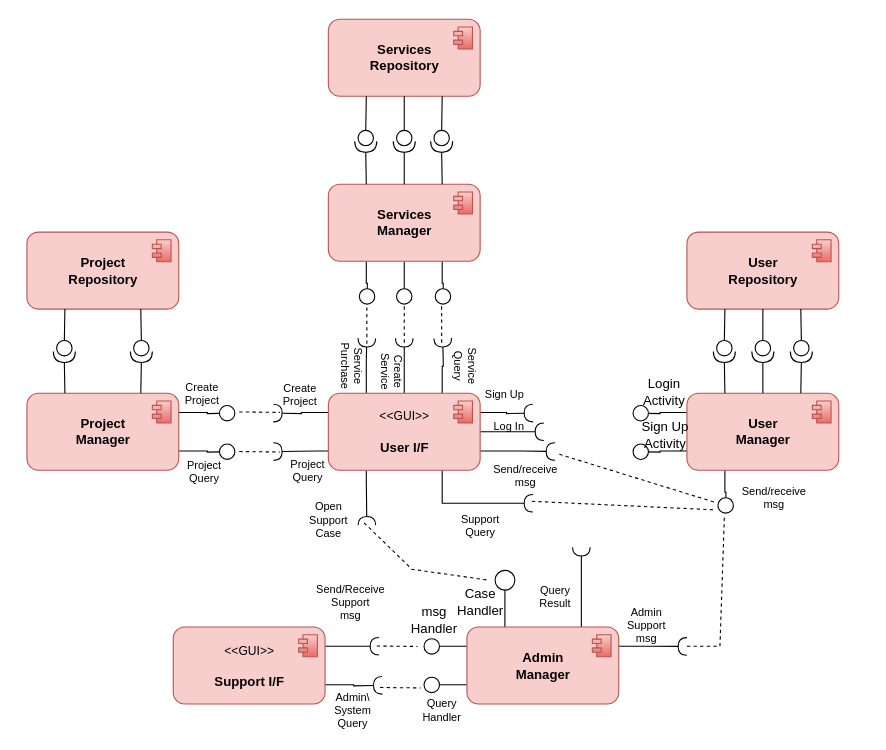
Earlier version of the draw.io diagram page "Component Diagram" (3 of 3) of SAD Diagrams.drawio (Itaybarbar/myProject). Source tidied: cells renumbered, new cells numbered last; positions are measured from the earlier drawing's top-left corner, leaving out a move shared by most shapes. Both pictures are drawn from the tidied source at 110%, with x=0, y=0 at pixel (26, 19).
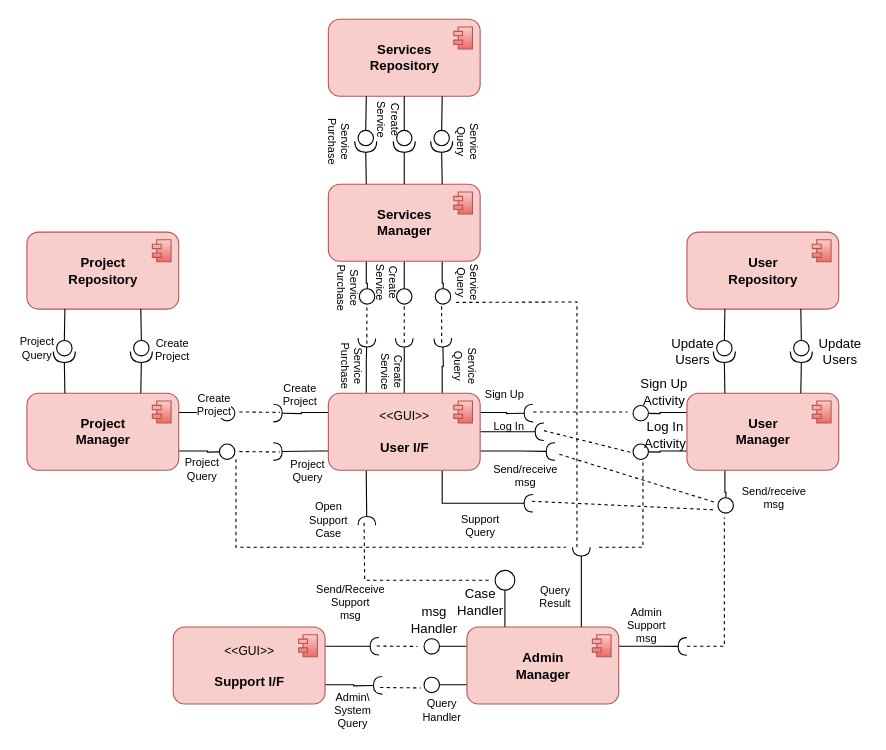
The same page after the edit.

The change refers to these unchanged cells:
```xml
<mxCell id="4" style="edgeStyle=orthogonalEdgeStyle;rounded=0;jettySize=auto;html=1;exitX=0;exitY=0.75;exitDx=0;exitDy=0;endArrow=halfCircle;endFill=0;arcSize=20;strokeWidth=1;targetPerimeterSpacing=12;sourcePerimeterSpacing=0;" parent="1" edge="1" source="15">
  <mxGeometry relative="1" as="geometry">
    <mxPoint x="224" y="393" as="targetPoint" />
    <Array as="points">
      <mxPoint x="264" y="393" />
      <mxPoint x="264" y="393" />
    </Array>
  </mxGeometry>
</mxCell>
<mxCell id="17" value="Log In" style="text;html=1;align=center;verticalAlign=middle;points=[];strokeColor=none;fillColor=none;fontSize=10;" parent="1" vertex="1">
  <mxGeometry x="418" y="360" width="40" height="20" as="geometry" />
</mxCell>
<mxCell id="30" value="&lt;blockquote style=&quot;margin: 0 0 0 40px ; border: none ; padding: 0px&quot;&gt;&lt;/blockquote&gt;&lt;font style=&quot;font-size: 12px&quot;&gt;User&lt;/font&gt;&lt;br&gt;Manager&lt;br&gt; " style="html=1;fillColor=#f8cecc;strokeColor=#b85450;align=center;fontStyle=1;perimeterSpacing=0;rounded=1;" parent="1" vertex="1">
  <mxGeometry x="600" y="340" width="138" height="70" as="geometry" />
</mxCell>
<mxCell id="32" value="&lt;blockquote style=&quot;margin: 0 0 0 40px ; border: none ; padding: 0px&quot;&gt;&lt;/blockquote&gt;&lt;font style=&quot;font-size: 12px&quot;&gt;User&lt;/font&gt;&lt;br&gt;Repository&lt;br&gt; " style="html=1;fillColor=#f8cecc;strokeColor=#b85450;align=center;fontStyle=1;perimeterSpacing=0;rounded=1;" parent="1" vertex="1">
  <mxGeometry x="600" y="193.5" width="138" height="70" as="geometry" />
</mxCell>
```

Change to the diagram source:
```diff
@@
     <mxCell id="5" value="Create&lt;br style=&quot;font-size: 10px;&quot;&gt;Project" style="edgeLabel;html=1;align=center;verticalAlign=middle;fontSize=10;" parent="4" vertex="1">
       <mxGeometry x="0.28" y="-1" relative="1" as="geometry">
-        <mxPoint x="-83" y="-52" as="offset" />
+        <mxPoint x="-110" y="-92" as="offset" />
       </mxGeometry>
     </mxCell>
@@
-    <mxCell id="62" style="edgeStyle=orthogonalEdgeStyle;rounded=0;jettySize=auto;html=1;exitX=0;exitY=0.5;exitDx=0;exitDy=0;exitPerimeter=0;entryX=0.5;entryY=1;entryDx=0;entryDy=0;endArrow=none;endFill=0;endSize=8;" parent="1" edge="1" source="64" target="32">
-      <mxGeometry relative="1" as="geometry" />
-    </mxCell>
-    <mxCell id="63" style="edgeStyle=orthogonalEdgeStyle;rounded=0;jettySize=auto;html=1;exitX=1;exitY=0.5;exitDx=0;exitDy=0;exitPerimeter=0;entryX=0.5;entryY=0;entryDx=0;entryDy=0;endArrow=none;endFill=0;endSize=8;" parent="1" edge="1" source="64" target="30">
-      <mxGeometry relative="1" as="geometry" />
-    </mxCell>
-    <mxCell id="64" style="shape=providedRequiredInterface;html=1;verticalLabelPosition=bottom;sketch=0;direction=south;" parent="1" vertex="1">
-      <mxGeometry x="659" y="292" width="20" height="20" as="geometry" />
-    </mxCell>
@@
     <mxCell id="86" value="Project &lt;br style=&quot;font-size: 10px;&quot;&gt;Query" style="edgeLabel;html=1;align=center;verticalAlign=middle;fontSize=10;labelBackgroundColor=none;" parent="1" vertex="1">
-      <mxGeometry x="160" y="410" as="geometry" />
+      <mxGeometry x="160" y="410" as="geometry">
+        <mxPoint x="-2" y="-2" as="offset" />
+      </mxGeometry>
     </mxCell>
@@
     <mxCell id="93" style="endArrow=none;dashed=1;html=1;rounded=0;endSize=8;" parent="1" edge="1">
       <mxGeometry relative="1" as="geometry">
         <mxPoint x="600" y="570" as="sourcePoint" />
         <mxPoint x="634" y="453" as="targetPoint" />
         <Array as="points">
-          <mxPoint x="630" y="570" />
+          <mxPoint x="634" y="570" />
         </Array>
       </mxGeometry>
     </mxCell>
@@
     <mxCell id="96" style="endArrow=none;dashed=1;html=1;rounded=0;endSize=8;exitX=0.943;exitY=-0.15;exitDx=0;exitDy=0;exitPerimeter=0;" parent="1" edge="1">
       <mxGeometry relative="1" as="geometry">
         <mxPoint x="306.5" y="457.8" as="sourcePoint" />
         <mxPoint x="420" y="510" as="targetPoint" />
         <Array as="points">
-          <mxPoint x="350" y="500" />
+          <mxPoint x="307" y="510" />
         </Array>
       </mxGeometry>
     </mxCell>
@@
-    <mxCell id="100" value="Login&lt;br&gt;Activity" style="text;html=1;align=center;verticalAlign=middle;strokeColor=none;fillColor=none;" parent="1" vertex="1">
-      <mxGeometry x="554" y="324" width="50" height="30" as="geometry" />
+    <mxCell id="100" value="Sign Up&lt;br&gt;Activity" style="text;html=1;align=center;verticalAlign=middle;strokeColor=none;fillColor=none;" parent="1" vertex="1">
+      <mxGeometry x="549" y="324" width="60" height="30" as="geometry" />
     </mxCell>
-    <mxCell id="101" value="Sign Up&lt;br&gt;Activity" style="text;html=1;align=center;verticalAlign=middle;strokeColor=none;fillColor=none;" parent="1" vertex="1">
-      <mxGeometry x="550" y="363" width="60" height="30" as="geometry" />
+    <mxCell id="101" value="Log In&lt;br&gt;Activity" style="text;html=1;align=center;verticalAlign=middle;strokeColor=none;fillColor=none;" parent="1" vertex="1">
+      <mxGeometry x="555" y="363" width="50" height="30" as="geometry" />
     </mxCell>
+    <mxCell id="102" value="Service&lt;br style=&quot;font-size: 10px;&quot;&gt;Query" style="text;html=1;align=center;verticalAlign=middle;points=[];strokeColor=none;fillColor=none;fontSize=10;rotation=90;" parent="1" vertex="1">
+      <mxGeometry x="376" y="224" width="50" height="30" as="geometry" />
+    </mxCell>
+    <mxCell id="103" value="Create&lt;br&gt;Service" style="text;html=1;align=center;verticalAlign=middle;strokeColor=none;fillColor=none;fontSize=10;rotation=90;" parent="1" vertex="1">
+      <mxGeometry x="303" y="224" width="50" height="30" as="geometry" />
+    </mxCell>
+    <mxCell id="104" value="Service&lt;br style=&quot;font-size: 10px;&quot;&gt;Purchase" style="text;html=1;align=center;verticalAlign=middle;strokeColor=none;fillColor=none;fontSize=10;rotation=90;" parent="1" vertex="1">
+      <mxGeometry x="262" y="229" width="60" height="30" as="geometry" />
+    </mxCell>
+    <mxCell id="105" value="Service&lt;br style=&quot;font-size: 10px;&quot;&gt;Query" style="text;html=1;align=center;verticalAlign=middle;strokeColor=none;fillColor=none;fontSize=10;rotation=90;" parent="1" vertex="1">
+      <mxGeometry x="376" y="96" width="50" height="30" as="geometry" />
+    </mxCell>
+    <mxCell id="106" value="Create&lt;br&gt;Service" style="text;html=1;align=center;verticalAlign=middle;strokeColor=none;fillColor=none;fontSize=10;rotation=90;" parent="1" vertex="1">
+      <mxGeometry x="304" y="76" width="50" height="30" as="geometry" />
+    </mxCell>
+    <mxCell id="107" value="Service&lt;br style=&quot;font-size: 10px;&quot;&gt;Purchase" style="text;html=1;align=center;verticalAlign=middle;strokeColor=none;fillColor=none;fontSize=10;rotation=90;" parent="1" vertex="1">
+      <mxGeometry x="254" y="96" width="60" height="30" as="geometry" />
+    </mxCell>
+    <mxCell id="108" style="endArrow=none;dashed=1;html=1;rounded=0;endSize=8;exitX=1.056;exitY=-0.146;exitDx=0;exitDy=0;exitPerimeter=0;" parent="1" edge="1" source="17">
+      <mxGeometry relative="1" as="geometry">
+        <mxPoint x="546" y="357" as="targetPoint" />
+      </mxGeometry>
+    </mxCell>
+    <mxCell id="109" style="endArrow=none;dashed=1;html=1;rounded=0;endSize=8;" parent="1" edge="1">
+      <mxGeometry relative="1" as="geometry">
+        <mxPoint x="470" y="374" as="sourcePoint" />
+        <mxPoint x="550" y="394" as="targetPoint" />
+      </mxGeometry>
+    </mxCell>
+    <mxCell id="110" value="Create&lt;br style=&quot;font-size: 10px;&quot;&gt;Project" style="edgeLabel;html=1;align=center;verticalAlign=middle;fontSize=10;" parent="1" vertex="1">
+      <mxGeometry x="169.6" y="349.8" as="geometry" />
+    </mxCell>
+    <mxCell id="111" value="Project &lt;br style=&quot;font-size: 10px;&quot;&gt;Query" style="edgeLabel;html=1;align=center;verticalAlign=middle;fontSize=10;labelBackgroundColor=none;" parent="1" vertex="1">
+      <mxGeometry x="10" y="300" as="geometry">
+        <mxPoint x="-2" y="-2" as="offset" />
+      </mxGeometry>
+    </mxCell>
+    <mxCell id="112" value="Update&lt;br&gt;Users" style="text;html=1;align=center;verticalAlign=middle;strokeColor=none;fillColor=none;" parent="1" vertex="1">
+      <mxGeometry x="580" y="287" width="50" height="30" as="geometry" />
+    </mxCell>
+    <mxCell id="113" value="Update&lt;br&gt;Users" style="text;html=1;align=center;verticalAlign=middle;strokeColor=none;fillColor=none;" parent="1" vertex="1">
+      <mxGeometry x="714" y="287" width="50" height="30" as="geometry" />
+    </mxCell>
+    <mxCell id="114" style="endArrow=none;dashed=1;html=1;rounded=0;endSize=8;" parent="1" edge="1">
+      <mxGeometry relative="1" as="geometry">
+        <mxPoint x="190" y="400" as="sourcePoint" />
+        <mxPoint x="490" y="480" as="targetPoint" />
+        <Array as="points">
+          <mxPoint x="190" y="480" />
+        </Array>
+      </mxGeometry>
+    </mxCell>
+    <mxCell id="115" style="endArrow=none;dashed=1;html=1;rounded=0;endSize=8;entryX=0.869;entryY=0.964;entryDx=0;entryDy=0;entryPerimeter=0;" parent="1" edge="1" target="102">
+      <mxGeometry relative="1" as="geometry">
+        <mxPoint x="500" y="480" as="sourcePoint" />
+        <Array as="points">
+          <mxPoint x="500" y="257" />
+        </Array>
+      </mxGeometry>
+    </mxCell>
+    <mxCell id="116" style="endArrow=none;dashed=1;html=1;rounded=0;endSize=8;" parent="1" edge="1">
+      <mxGeometry relative="1" as="geometry">
+        <mxPoint x="520" y="480" as="sourcePoint" />
+        <mxPoint x="560" y="400" as="targetPoint" />
+        <Array as="points">
+          <mxPoint x="560" y="480" />
+        </Array>
+      </mxGeometry>
+    </mxCell>
```
